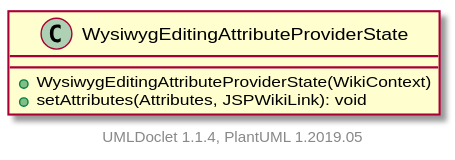
apache/jspwiki-site keeps this PlantUML diagram as apidocs/2.11.0.M7-SNAPSHOT/org/apache/wiki/markdown/extensions/jspwikilinks/attributeprovider/WysiwygEditingAttributeProviderState.svg. Above is the earlier version. Source of this version:
```plantuml
@startuml

    class WysiwygEditingAttributeProviderState [[WysiwygEditingAttributeProviderState.html]] {
        +WysiwygEditingAttributeProviderState(WikiContext)
        +setAttributes(Attributes, JSPWikiLink): void
    }


    center footer UMLDoclet 1.1.4, PlantUML 1.2019.05
@enduml
```
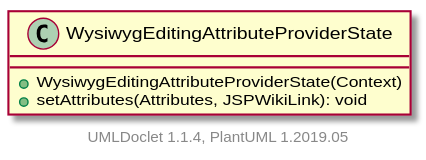
Later version of the same file.

Change to the diagram source:
```diff
@@ -1,7 +1,7 @@
 @startuml
 
     class WysiwygEditingAttributeProviderState [[WysiwygEditingAttributeProviderState.html]] {
-        +WysiwygEditingAttributeProviderState(WikiContext)
+        +WysiwygEditingAttributeProviderState(Context)
         +setAttributes(Attributes, JSPWikiLink): void
     }
 
```
